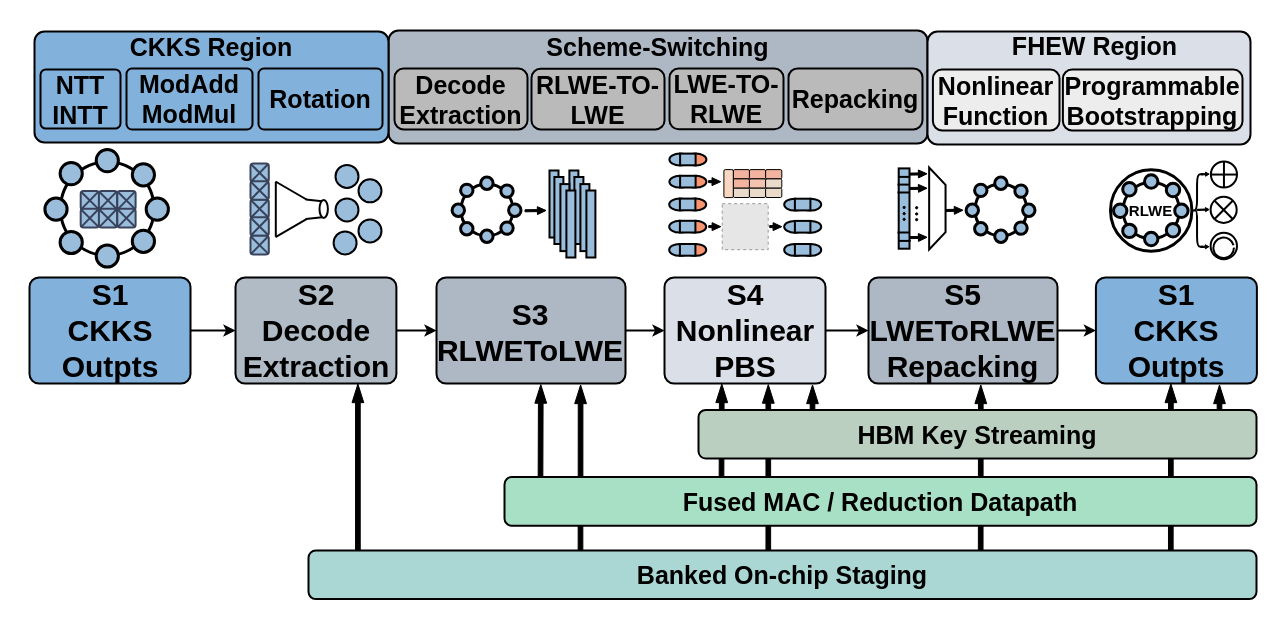
Earlier version of the draw.io diagram all/boundary.drawio (ZKY6662017/iodraw-files). Source tidied: cells renumbered, new cells numbered last; positions are measured from the earlier drawing's top-left corner, leaving out a move shared by most shapes. Both pictures are drawn from the tidied source at 100%, with x=0, y=0 at pixel (29, 30). Pictures stored in the file or linked from it are replaced by grey dashed boxes.
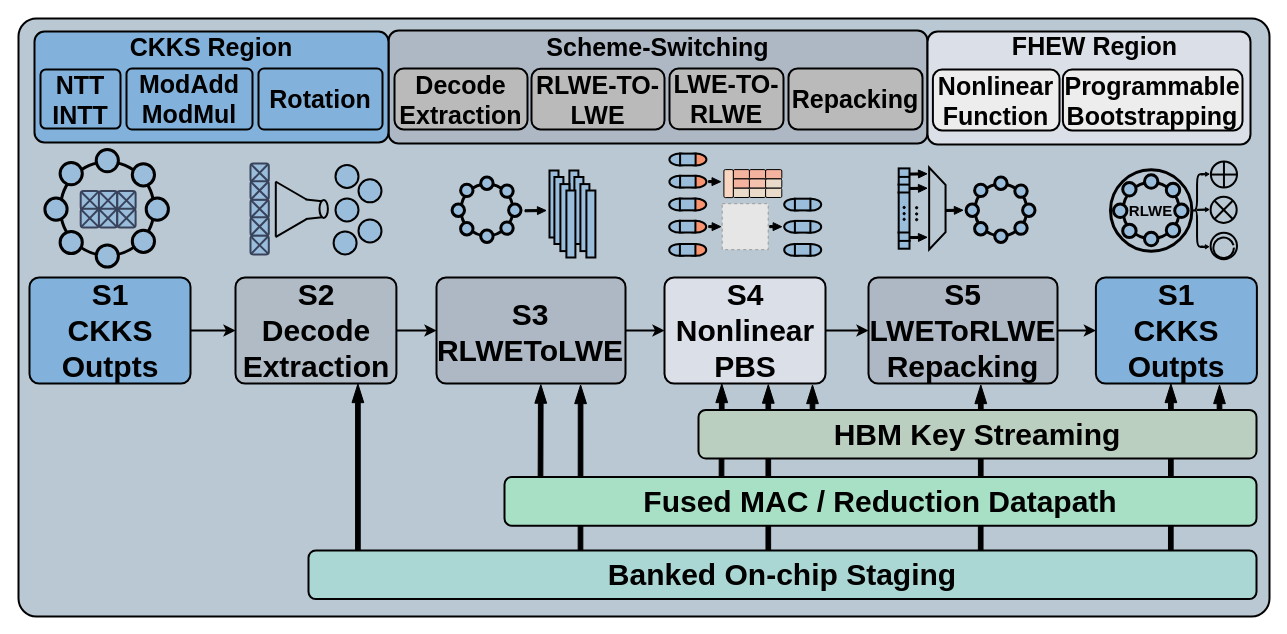
The same page after the edit.

Diff of the diagram source:
```diff
@@
+    <mxCell id="240" style="rounded=1;whiteSpace=wrap;html=1;fillColor=#bac8d3;arcSize=3;strokeColor=#000000;strokeWidth=2;" parent="1" vertex="1">
+      <mxGeometry x="-11" y="-12" width="1251" height="598" as="geometry" />
+    </mxCell>
@@
-    <mxCell id="16" value="&lt;font style=&quot;font-size: 25px;&quot;&gt;&lt;b style=&quot;&quot;&gt;HBM Key Streaming&lt;/b&gt;&lt;/font&gt;" style="rounded=1;whiteSpace=wrap;html=1;strokeColor=#000000;fillColor=light-dark(#bbcfc0, #1f2f1e);fontStyle=0;strokeWidth=2;fontSize=15;" parent="1" vertex="1">
+    <mxCell id="16" value="&lt;font style=&quot;font-size: 30px;&quot;&gt;&lt;b style=&quot;&quot;&gt;HBM Key Streaming&lt;/b&gt;&lt;/font&gt;" style="rounded=1;whiteSpace=wrap;html=1;strokeColor=#000000;fillColor=light-dark(#bbcfc0, #1f2f1e);fontStyle=0;strokeWidth=2;fontSize=15;" parent="1" vertex="1">
       <mxGeometry x="669" y="379.4" width="558" height="48.6" as="geometry" />
     </mxCell>
-    <mxCell id="17" value="&lt;font style=&quot;font-size: 25px;&quot;&gt;&lt;b style=&quot;&quot;&gt;Fused MAC / Reduction Datapath&lt;/b&gt;&lt;/font&gt;" style="rounded=1;whiteSpace=wrap;html=1;strokeColor=light-dark(#000000,#000000);fillColor=light-dark(#a8e0c6, #1f2f1e);fontStyle=0;strokeWidth=2;fontSize=15;" parent="1" vertex="1">
+    <mxCell id="17" value="&lt;font style=&quot;font-size: 30px;&quot;&gt;&lt;b style=&quot;&quot;&gt;Fused MAC / Reduction Datapath&lt;/b&gt;&lt;/font&gt;" style="rounded=1;whiteSpace=wrap;html=1;strokeColor=light-dark(#000000,#000000);fillColor=light-dark(#a8e0c6, #1f2f1e);fontStyle=0;strokeWidth=2;fontSize=15;" parent="1" vertex="1">
       <mxGeometry x="475" y="446.6" width="752" height="48.6" as="geometry" />
     </mxCell>
-    <mxCell id="18" value="&lt;font style=&quot;font-size: 25px;&quot;&gt;&lt;b style=&quot;&quot;&gt;Banked On-chip Staging&lt;/b&gt;&lt;/font&gt;" style="rounded=1;whiteSpace=wrap;html=1;strokeColor=light-dark(#000000,#000000);fillColor=light-dark(#aad7d4, #1f2f1e);fontStyle=0;strokeWidth=2;fontSize=15;" parent="1" vertex="1">
+    <mxCell id="18" value="&lt;font style=&quot;font-size: 30px;&quot;&gt;&lt;b style=&quot;&quot;&gt;Banked On-chip Staging&lt;/b&gt;&lt;/font&gt;" style="rounded=1;whiteSpace=wrap;html=1;strokeColor=light-dark(#000000,#000000);fillColor=light-dark(#aad7d4, #1f2f1e);fontStyle=0;strokeWidth=2;fontSize=15;" parent="1" vertex="1">
       <mxGeometry x="279" y="520" width="948" height="48.6" as="geometry" />
     </mxCell>
```
